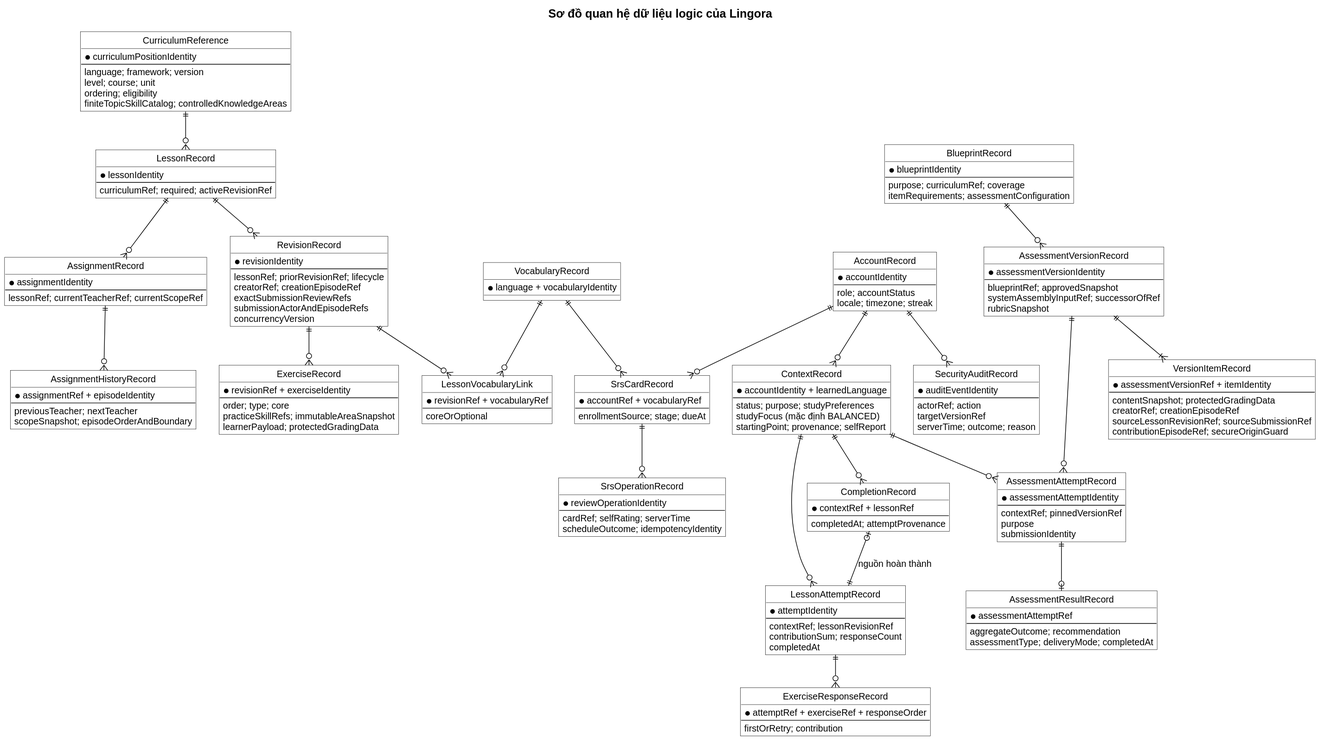
Before: docs/modeling/current-target/rendered/DATA-03-target-logical-erd.svg, a diagram exported from PlantUML (PhamNguyenThanhTung/lingora-workspace).
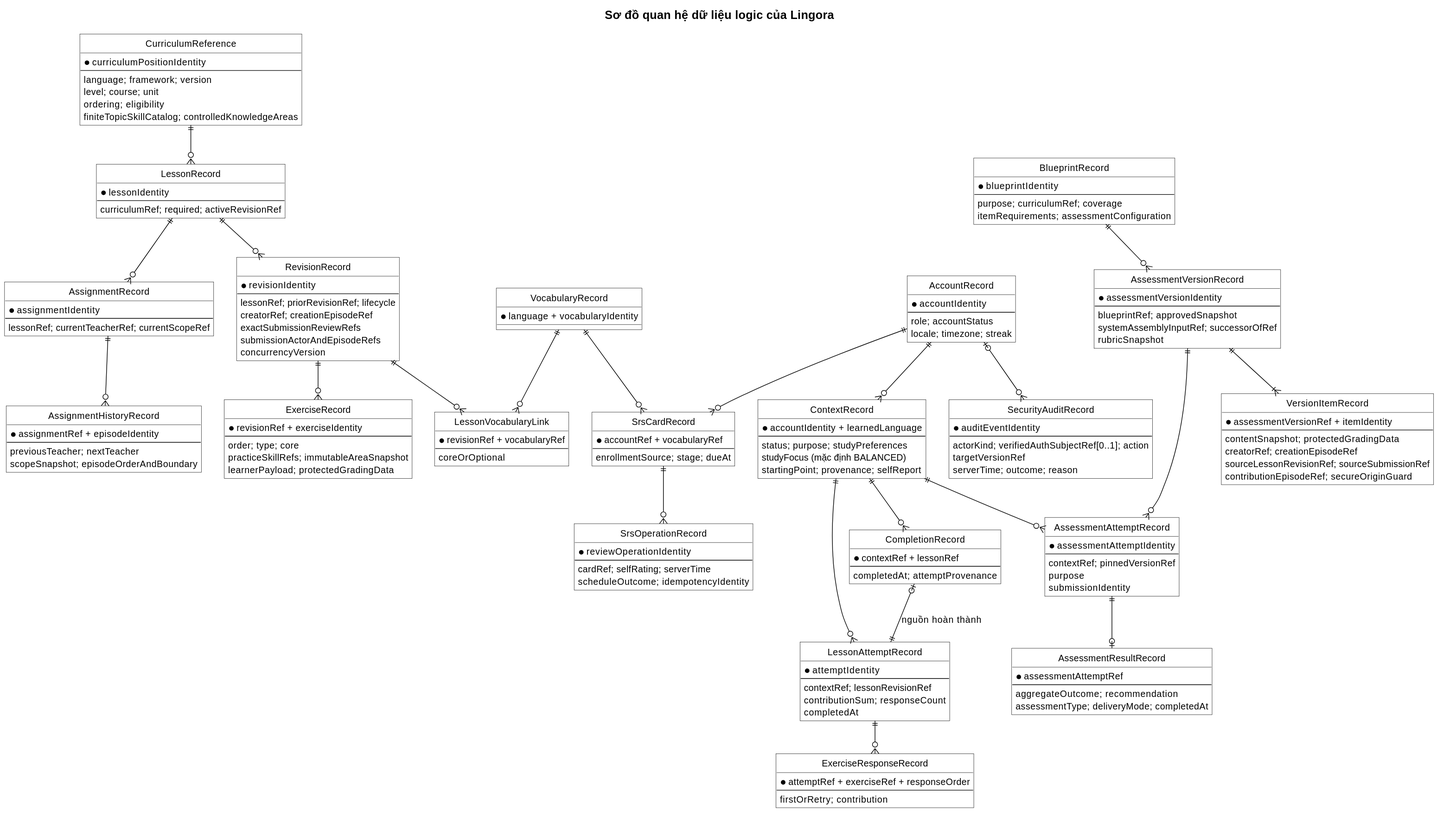
Later version of the same file.

What changed in the source:
```diff
@@ -142,7 +142,7 @@
  entity "SecurityAuditRecord" as Audit {
   * auditEventIdentity
   --
-  actorRef; action
+  actorKind; verifiedAuthSubjectRef[0..1]; action
   targetVersionRef
   serverTime; outcome; reason
  }
@@ -155,7 +155,7 @@
 Vocabulary ||--o{ Card
 Context ||--o{ AssessmentAttempt
 Lesson ||--o{ Assignment
-Account ||--o{ Audit
+Account |o--o{ Audit
 Blueprint -[hidden]down- Account
 Assignment -[hidden]right- Revision
 @enduml
```
